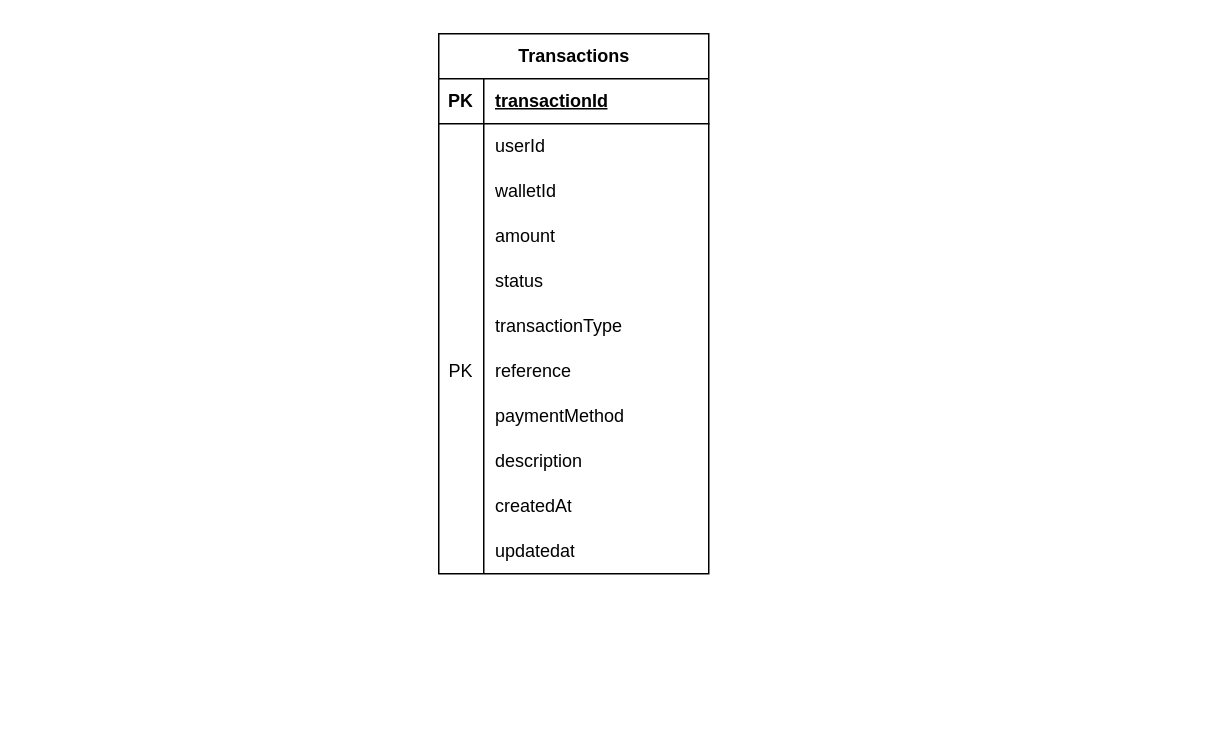
Above: sendpals.drawio in MeCode50/MeCode50 (draw.io), before the change. Source tidied: cells renumbered, new cells numbered last; positions are measured from the earlier drawing's top-left corner, leaving out a move shared by most shapes. Both pictures are drawn from the tidied source at 150%, with x=0, y=0 at pixel (438, 33).
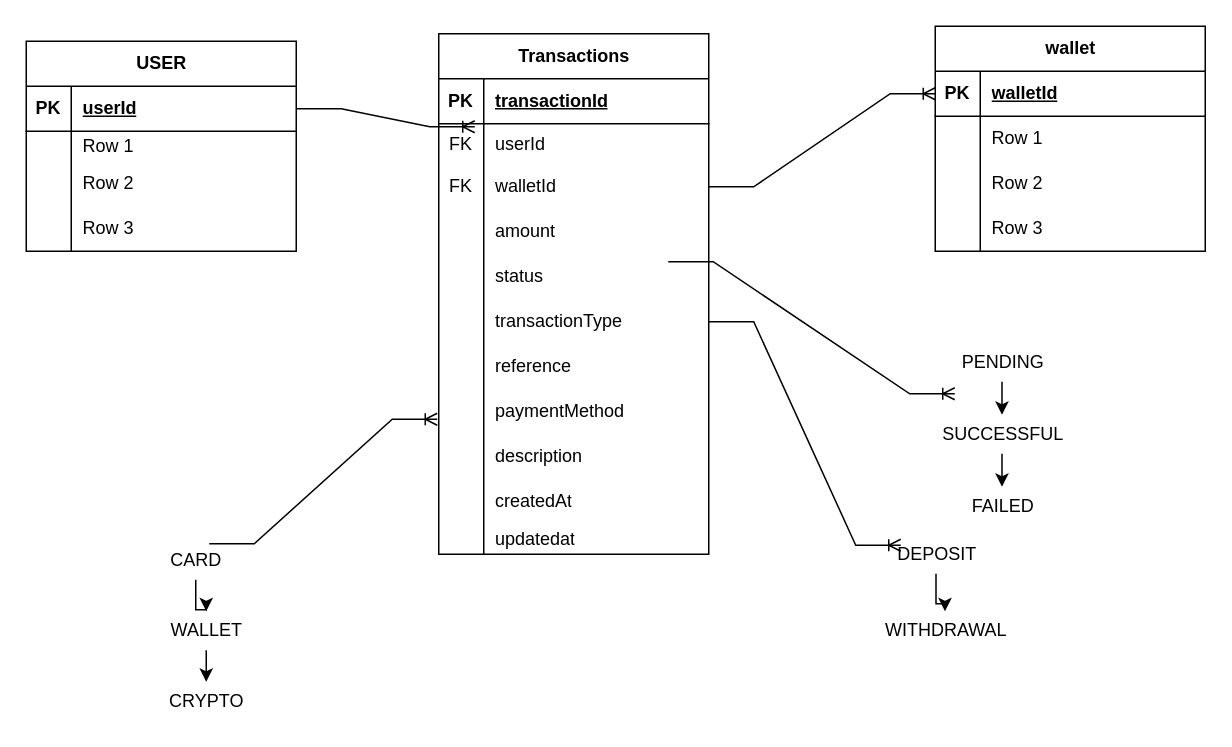
After the change.

What changed in the source:
```diff
@@
     <mxCell id="2" value="Transactions" style="shape=table;startSize=30;childLayout=tableLayout;rowLines=0;fontStyle=1;align=center;html=1;" parent="1" vertex="1">
-      <mxGeometry width="180" height="360" as="geometry" />
+      <mxGeometry width="180" height="347" as="geometry" />
     </mxCell>
@@
     <mxCell id="6" style="shape=tableRow;horizontal=0;startSize=0;swimlaneHead=0;swimlaneBody=0;fillColor=none;top=0;left=0;right=0;bottom=0;" parent="2" vertex="1">
-      <mxGeometry y="60" width="180" height="30" as="geometry" />
+      <mxGeometry y="60" width="180" height="27" as="geometry" />
     </mxCell>
-    <mxCell id="7" style="shape=partialRectangle;fillColor=none;top=0;left=0;bottom=0;right=0;overflow=hidden;whiteSpace=wrap;html=1;" parent="6" vertex="1">
-      <mxGeometry width="30" height="30" as="geometry" />
+    <mxCell id="7" value="FK" style="shape=partialRectangle;fillColor=none;top=0;left=0;bottom=0;right=0;overflow=hidden;whiteSpace=wrap;html=1;" parent="6" vertex="1">
+      <mxGeometry width="30" height="27" as="geometry" />
     </mxCell>
     <mxCell id="8" value="userId" style="shape=partialRectangle;fillColor=none;top=0;left=0;bottom=0;right=0;align=left;spacingLeft=6;overflow=hidden;whiteSpace=wrap;html=1;" parent="6" vertex="1">
-      <mxGeometry x="30" width="150" height="30" as="geometry" />
+      <mxGeometry x="30" width="150" height="27" as="geometry" />
     </mxCell>
     <mxCell id="9" style="shape=tableRow;horizontal=0;startSize=0;swimlaneHead=0;swimlaneBody=0;fillColor=none;points=[[0,0.5],[1,0.5]];portConstraint=eastwest;top=0;left=0;right=0;bottom=0;" parent="2" vertex="1">
-      <mxGeometry y="90" width="180" height="30" as="geometry" />
+      <mxGeometry y="87" width="180" height="30" as="geometry" />
     </mxCell>
-    <mxCell id="10" style="shape=partialRectangle;fillColor=none;top=0;left=0;bottom=0;right=0;overflow=hidden;whiteSpace=wrap;html=1;" parent="9" vertex="1">
+    <mxCell id="10" value="FK" style="shape=partialRectangle;fillColor=none;top=0;left=0;bottom=0;right=0;overflow=hidden;whiteSpace=wrap;html=1;" parent="9" vertex="1">
       <mxGeometry width="30" height="30" as="geometry" />
     </mxCell>
@@
     <mxCell id="12" style="shape=tableRow;horizontal=0;startSize=0;swimlaneHead=0;swimlaneBody=0;fillColor=none;top=0;left=0;right=0;bottom=0;" parent="2" vertex="1">
-      <mxGeometry y="120" width="180" height="30" as="geometry" />
+      <mxGeometry y="117" width="180" height="30" as="geometry" />
     </mxCell>
@@
     <mxCell id="15" style="shape=tableRow;horizontal=0;startSize=0;swimlaneHead=0;swimlaneBody=0;fillColor=none;top=0;left=0;right=0;bottom=0;" parent="2" vertex="1">
-      <mxGeometry y="150" width="180" height="30" as="geometry" />
+      <mxGeometry y="147" width="180" height="30" as="geometry" />
     </mxCell>
@@
     <mxCell id="18" style="shape=tableRow;horizontal=0;startSize=0;swimlaneHead=0;swimlaneBody=0;fillColor=none;points=[[0,0.5],[1,0.5]];portConstraint=eastwest;top=0;left=0;right=0;bottom=0;" parent="2" vertex="1">
-      <mxGeometry y="180" width="180" height="30" as="geometry" />
+      <mxGeometry y="177" width="180" height="30" as="geometry" />
     </mxCell>
@@
     <mxCell id="21" style="shape=tableRow;horizontal=0;startSize=0;swimlaneHead=0;swimlaneBody=0;fillColor=none;top=0;left=0;right=0;bottom=0;" parent="2" vertex="1">
-      <mxGeometry y="210" width="180" height="30" as="geometry" />
+      <mxGeometry y="207" width="180" height="30" as="geometry" />
     </mxCell>
-    <mxCell id="22" value="PK" style="shape=partialRectangle;fillColor=none;top=0;left=0;bottom=0;right=0;overflow=hidden;whiteSpace=wrap;html=1;" parent="21" vertex="1">
+    <mxCell id="22" style="shape=partialRectangle;fillColor=none;top=0;left=0;bottom=0;right=0;overflow=hidden;whiteSpace=wrap;html=1;" parent="21" vertex="1">
       <mxGeometry width="30" height="30" as="geometry" />
     </mxCell>
@@
     <mxCell id="24" style="shape=tableRow;horizontal=0;startSize=0;swimlaneHead=0;swimlaneBody=0;fillColor=none;top=0;left=0;right=0;bottom=0;" parent="2" vertex="1">
-      <mxGeometry y="240" width="180" height="30" as="geometry" />
+      <mxGeometry y="237" width="180" height="30" as="geometry" />
     </mxCell>
@@
     <mxCell id="27" style="shape=tableRow;horizontal=0;startSize=0;swimlaneHead=0;swimlaneBody=0;fillColor=none;top=0;left=0;right=0;bottom=0;" parent="2" vertex="1">
-      <mxGeometry y="270" width="180" height="30" as="geometry" />
+      <mxGeometry y="267" width="180" height="30" as="geometry" />
     </mxCell>
@@
     <mxCell id="30" style="shape=tableRow;horizontal=0;startSize=0;swimlaneHead=0;swimlaneBody=0;fillColor=none;top=0;left=0;right=0;bottom=0;" parent="2" vertex="1">
-      <mxGeometry y="300" width="180" height="30" as="geometry" />
+      <mxGeometry y="297" width="180" height="30" as="geometry" />
     </mxCell>
@@
     <mxCell id="33" style="shape=tableRow;horizontal=0;startSize=0;swimlaneHead=0;swimlaneBody=0;fillColor=none;top=0;left=0;right=0;bottom=0;" parent="2" vertex="1">
-      <mxGeometry y="330" width="180" height="30" as="geometry" />
+      <mxGeometry y="327" width="180" height="20" as="geometry" />
     </mxCell>
     <mxCell id="34" style="shape=partialRectangle;fillColor=none;top=0;left=0;bottom=0;right=0;overflow=hidden;whiteSpace=wrap;html=1;" parent="33" vertex="1">
-      <mxGeometry width="30" height="30" as="geometry" />
+      <mxGeometry width="30" height="20" as="geometry" />
     </mxCell>
     <mxCell id="35" value="updatedat" style="shape=partialRectangle;fillColor=none;top=0;left=0;bottom=0;right=0;align=left;spacingLeft=6;overflow=hidden;whiteSpace=wrap;html=1;" parent="33" vertex="1">
-      <mxGeometry x="30" width="150" height="30" as="geometry" />
+      <mxGeometry x="30" width="150" height="20" as="geometry" />
     </mxCell>
+    <mxCell id="36" value="wallet" style="shape=table;startSize=30;childLayout=tableLayout;rowLines=0;fontStyle=1;align=center;html=1;" parent="1" vertex="1">
+      <mxGeometry x="331" y="-5" width="180" height="150" as="geometry" />
+    </mxCell>
+    <mxCell id="37" style="shape=tableRow;horizontal=0;startSize=0;swimlaneHead=0;swimlaneBody=0;fillColor=none;points=[[0,0.5],[1,0.5]];portConstraint=eastwest;top=0;left=0;right=0;bottom=1;" parent="36" vertex="1">
+      <mxGeometry y="30" width="180" height="30" as="geometry" />
+    </mxCell>
+    <mxCell id="38" value="PK" style="shape=partialRectangle;fillColor=none;top=0;left=0;bottom=0;right=0;fontStyle=1;overflow=hidden;whiteSpace=wrap;html=1;" parent="37" vertex="1">
+      <mxGeometry width="30" height="30" as="geometry" />
+    </mxCell>
+    <mxCell id="39" value="walletId" style="shape=partialRectangle;fillColor=none;top=0;left=0;bottom=0;right=0;align=left;spacingLeft=6;fontStyle=5;overflow=hidden;whiteSpace=wrap;html=1;" parent="37" vertex="1">
+      <mxGeometry x="30" width="150" height="30" as="geometry" />
+    </mxCell>
+    <mxCell id="40" style="shape=tableRow;horizontal=0;startSize=0;swimlaneHead=0;swimlaneBody=0;fillColor=none;top=0;left=0;right=0;bottom=0;" parent="36" vertex="1">
+      <mxGeometry y="60" width="180" height="30" as="geometry" />
+    </mxCell>
+    <mxCell id="41" style="shape=partialRectangle;fillColor=none;top=0;left=0;bottom=0;right=0;overflow=hidden;whiteSpace=wrap;html=1;" parent="40" vertex="1">
+      <mxGeometry width="30" height="30" as="geometry" />
+    </mxCell>
+    <mxCell id="42" value="Row 1" style="shape=partialRectangle;fillColor=none;top=0;left=0;bottom=0;right=0;align=left;spacingLeft=6;overflow=hidden;whiteSpace=wrap;html=1;" parent="40" vertex="1">
+      <mxGeometry x="30" width="150" height="30" as="geometry" />
+    </mxCell>
+    <mxCell id="43" style="shape=tableRow;horizontal=0;startSize=0;swimlaneHead=0;swimlaneBody=0;fillColor=none;top=0;left=0;right=0;bottom=0;" parent="36" vertex="1">
+      <mxGeometry y="90" width="180" height="30" as="geometry" />
+    </mxCell>
+    <mxCell id="44" style="shape=partialRectangle;fillColor=none;top=0;left=0;bottom=0;right=0;overflow=hidden;whiteSpace=wrap;html=1;" parent="43" vertex="1">
+      <mxGeometry width="30" height="30" as="geometry" />
+    </mxCell>
+    <mxCell id="45" value="Row 2" style="shape=partialRectangle;fillColor=none;top=0;left=0;bottom=0;right=0;align=left;spacingLeft=6;overflow=hidden;whiteSpace=wrap;html=1;" parent="43" vertex="1">
+      <mxGeometry x="30" width="150" height="30" as="geometry" />
+    </mxCell>
+    <mxCell id="46" style="shape=tableRow;horizontal=0;startSize=0;swimlaneHead=0;swimlaneBody=0;fillColor=none;top=0;left=0;right=0;bottom=0;" parent="36" vertex="1">
+      <mxGeometry y="120" width="180" height="30" as="geometry" />
+    </mxCell>
+    <mxCell id="47" style="shape=partialRectangle;fillColor=none;top=0;left=0;bottom=0;right=0;overflow=hidden;whiteSpace=wrap;html=1;" parent="46" vertex="1">
+      <mxGeometry width="30" height="30" as="geometry" />
+    </mxCell>
+    <mxCell id="48" value="Row 3" style="shape=partialRectangle;fillColor=none;top=0;left=0;bottom=0;right=0;align=left;spacingLeft=6;overflow=hidden;whiteSpace=wrap;html=1;" parent="46" vertex="1">
+      <mxGeometry x="30" width="150" height="30" as="geometry" />
+    </mxCell>
+    <mxCell id="49" value="USER" style="shape=table;startSize=30;childLayout=tableLayout;rowLines=0;fontStyle=1;align=center;html=1;" parent="1" vertex="1">
+      <mxGeometry x="-275" y="5" width="180" height="140" as="geometry" />
+    </mxCell>
+    <mxCell id="50" style="shape=tableRow;horizontal=0;startSize=0;swimlaneHead=0;swimlaneBody=0;fillColor=none;points=[[0,0.5],[1,0.5]];portConstraint=eastwest;top=0;left=0;right=0;bottom=1;" parent="49" vertex="1">
+      <mxGeometry y="30" width="180" height="30" as="geometry" />
+    </mxCell>
+    <mxCell id="51" value="PK" style="shape=partialRectangle;fillColor=none;top=0;left=0;bottom=0;right=0;fontStyle=1;overflow=hidden;whiteSpace=wrap;html=1;" parent="50" vertex="1">
+      <mxGeometry width="30" height="30" as="geometry" />
+    </mxCell>
+    <mxCell id="52" value="userId" style="shape=partialRectangle;fillColor=none;top=0;left=0;bottom=0;right=0;align=left;spacingLeft=6;fontStyle=5;overflow=hidden;whiteSpace=wrap;html=1;" parent="50" vertex="1">
+      <mxGeometry x="30" width="150" height="30" as="geometry" />
+    </mxCell>
+    <mxCell id="53" style="shape=tableRow;horizontal=0;startSize=0;swimlaneHead=0;swimlaneBody=0;fillColor=none;top=0;left=0;right=0;bottom=0;" parent="49" vertex="1">
+      <mxGeometry y="60" width="180" height="20" as="geometry" />
+    </mxCell>
+    <mxCell id="54" style="shape=partialRectangle;fillColor=none;top=0;left=0;bottom=0;right=0;overflow=hidden;whiteSpace=wrap;html=1;" parent="53" vertex="1">
+      <mxGeometry width="30" height="20" as="geometry" />
+    </mxCell>
+    <mxCell id="55" value="Row 1" style="shape=partialRectangle;fillColor=none;top=0;left=0;bottom=0;right=0;align=left;spacingLeft=6;overflow=hidden;whiteSpace=wrap;html=1;" parent="53" vertex="1">
+      <mxGeometry x="30" width="150" height="20" as="geometry" />
+    </mxCell>
+    <mxCell id="56" style="shape=tableRow;horizontal=0;startSize=0;swimlaneHead=0;swimlaneBody=0;fillColor=none;top=0;left=0;right=0;bottom=0;" parent="49" vertex="1">
+      <mxGeometry y="80" width="180" height="30" as="geometry" />
+    </mxCell>
+    <mxCell id="57" style="shape=partialRectangle;fillColor=none;top=0;left=0;bottom=0;right=0;overflow=hidden;whiteSpace=wrap;html=1;" parent="56" vertex="1">
+      <mxGeometry width="30" height="30" as="geometry" />
+    </mxCell>
+    <mxCell id="58" value="Row 2" style="shape=partialRectangle;fillColor=none;top=0;left=0;bottom=0;right=0;align=left;spacingLeft=6;overflow=hidden;whiteSpace=wrap;html=1;" parent="56" vertex="1">
+      <mxGeometry x="30" width="150" height="30" as="geometry" />
+    </mxCell>
+    <mxCell id="59" style="shape=tableRow;horizontal=0;startSize=0;swimlaneHead=0;swimlaneBody=0;fillColor=none;top=0;left=0;right=0;bottom=0;" parent="49" vertex="1">
+      <mxGeometry y="110" width="180" height="30" as="geometry" />
+    </mxCell>
+    <mxCell id="60" style="shape=partialRectangle;fillColor=none;top=0;left=0;bottom=0;right=0;overflow=hidden;whiteSpace=wrap;html=1;" parent="59" vertex="1">
+      <mxGeometry width="30" height="30" as="geometry" />
+    </mxCell>
+    <mxCell id="61" value="Row 3" style="shape=partialRectangle;fillColor=none;top=0;left=0;bottom=0;right=0;align=left;spacingLeft=6;overflow=hidden;whiteSpace=wrap;html=1;" parent="59" vertex="1">
+      <mxGeometry x="30" width="150" height="30" as="geometry" />
+    </mxCell>
+    <mxCell id="62" style="edgeStyle=entityRelationEdgeStyle;fontSize=12;html=1;endArrow=ERoneToMany;rounded=0;entryX=0;entryY=0.5;entryDx=0;entryDy=0;" parent="1" edge="1" source="9" target="37">
+      <mxGeometry relative="1" as="geometry" />
+    </mxCell>
+    <mxCell id="63" style="edgeStyle=entityRelationEdgeStyle;fontSize=12;html=1;endArrow=ERoneToMany;rounded=0;exitX=1;exitY=0.5;exitDx=0;exitDy=0;" parent="1" edge="1" source="50">
+      <mxGeometry relative="1" as="geometry">
+        <mxPoint x="24" y="62" as="targetPoint" />
+      </mxGeometry>
+    </mxCell>
+    <mxCell id="64" style="edgeStyle=entityRelationEdgeStyle;fontSize=12;html=1;endArrow=ERoneToMany;rounded=0;" parent="1" edge="1">
+      <mxGeometry relative="1" as="geometry">
+        <mxPoint x="153" y="152" as="sourcePoint" />
+        <mxPoint x="344" y="240" as="targetPoint" />
+      </mxGeometry>
+    </mxCell>
+    <mxCell id="65" style="edgeStyle=orthogonalEdgeStyle;rounded=0;jettySize=auto;html=1;" parent="1" edge="1" source="66" target="68">
+      <mxGeometry relative="1" as="geometry" />
+    </mxCell>
+    <mxCell id="66" value="PENDING" style="text;html=1;align=center;verticalAlign=middle;points=[];strokeColor=none;fillColor=none;" parent="1" vertex="1">
+      <mxGeometry x="339" y="206" width="73" height="26" as="geometry" />
+    </mxCell>
+    <mxCell id="67" style="edgeStyle=orthogonalEdgeStyle;rounded=0;jettySize=auto;html=1;" parent="1" edge="1" source="68" target="69">
+      <mxGeometry relative="1" as="geometry" />
+    </mxCell>
+    <mxCell id="68" value="SUCCESSFUL" style="text;html=1;align=center;verticalAlign=middle;points=[];strokeColor=none;fillColor=none;" parent="1" vertex="1">
+      <mxGeometry x="326" y="254" width="99" height="26" as="geometry" />
+    </mxCell>
+    <mxCell id="69" value="FAILED" style="text;html=1;align=center;verticalAlign=middle;points=[];strokeColor=none;fillColor=none;" parent="1" vertex="1">
+      <mxGeometry x="346" y="302" width="59" height="26" as="geometry" />
+    </mxCell>
+    <mxCell id="70" style="edgeStyle=entityRelationEdgeStyle;fontSize=12;html=1;endArrow=ERoneToMany;rounded=0;fontStyle=1;" parent="1" edge="1" source="18">
+      <mxGeometry relative="1" as="geometry">
+        <mxPoint x="308" y="341" as="targetPoint" />
+      </mxGeometry>
+    </mxCell>
+    <mxCell id="71" style="edgeStyle=orthogonalEdgeStyle;rounded=0;jettySize=auto;html=1;" parent="1" edge="1" source="72" target="73">
+      <mxGeometry relative="1" as="geometry" />
+    </mxCell>
+    <mxCell id="72" value="DEPOSIT" style="text;html=1;align=center;verticalAlign=middle;points=[];strokeColor=none;fillColor=none;" parent="1" vertex="1">
+      <mxGeometry x="296" y="334" width="71" height="26" as="geometry" />
+    </mxCell>
+    <mxCell id="73" value="WITHDRAWAL" style="text;html=1;align=center;verticalAlign=middle;points=[];strokeColor=none;fillColor=none;" parent="1" vertex="1">
+      <mxGeometry x="288" y="385" width="99" height="26" as="geometry" />
+    </mxCell>
+    <mxCell id="74" style="edgeStyle=entityRelationEdgeStyle;fontSize=12;html=1;endArrow=ERoneToMany;rounded=0;" parent="1" edge="1">
+      <mxGeometry relative="1" as="geometry">
+        <mxPoint x="-153" y="340" as="sourcePoint" />
+        <mxPoint x="-1" y="257" as="targetPoint" />
+      </mxGeometry>
+    </mxCell>
+    <mxCell id="75" style="edgeStyle=orthogonalEdgeStyle;rounded=0;jettySize=auto;html=1;" parent="1" edge="1" source="76" target="78">
+      <mxGeometry relative="1" as="geometry" />
+    </mxCell>
+    <mxCell id="76" value="CARD" style="text;html=1;align=center;verticalAlign=middle;points=[];strokeColor=none;fillColor=none;" parent="1" vertex="1">
+      <mxGeometry x="-188" y="338" width="52" height="26" as="geometry" />
+    </mxCell>
+    <mxCell id="77" style="edgeStyle=orthogonalEdgeStyle;rounded=0;jettySize=auto;html=1;" parent="1" edge="1" source="78" target="79">
+      <mxGeometry relative="1" as="geometry" />
+    </mxCell>
+    <mxCell id="78" value="WALLET" style="text;html=1;align=center;verticalAlign=middle;points=[];strokeColor=none;fillColor=none;" parent="1" vertex="1">
+      <mxGeometry x="-188" y="385" width="66" height="26" as="geometry" />
+    </mxCell>
+    <mxCell id="79" value="CRYPTO" style="text;html=1;align=center;verticalAlign=middle;points=[];strokeColor=none;fillColor=none;" parent="1" vertex="1">
+      <mxGeometry x="-189" y="432" width="68" height="26" as="geometry" />
+    </mxCell>
```
